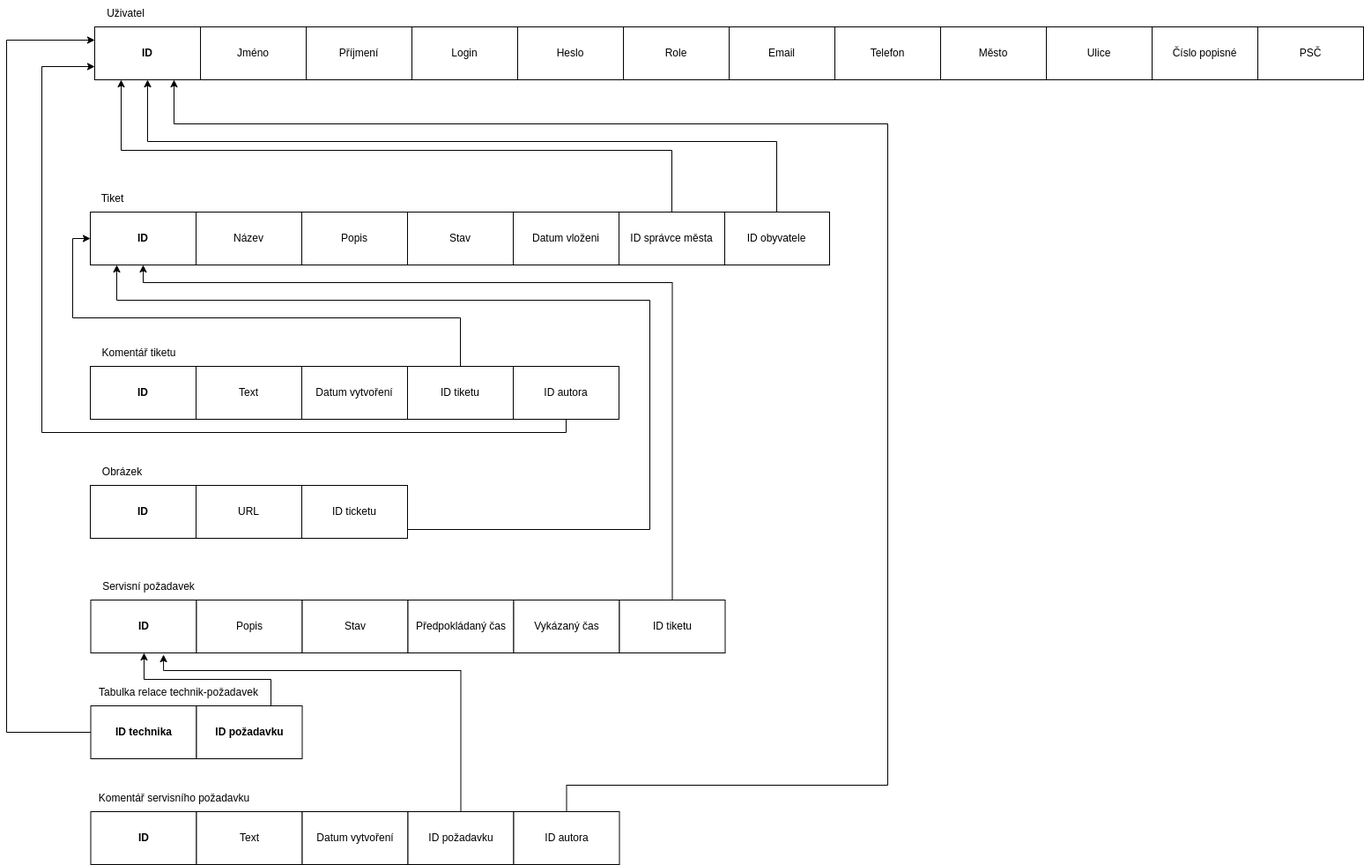
Before: db.png, a diagram exported from draw.io (tkachyna/information-system-fitvut-iis). Source tidied: cells renumbered, new cells last; positions are measured from the earlier drawing's top-left corner, leaving out a move shared by most shapes. Its diagram source:
```xml
<mxGraphModel>
  <root>
    <mxCell id="0" />
    <mxCell id="1" parent="0" />
    <mxCell id="2" value="Login" style="rounded=0;whiteSpace=wrap;html=1;" parent="1" vertex="1">
      <mxGeometry x="460" y="30" width="120" height="60" as="geometry" />
    </mxCell>
    <mxCell id="3" value="Heslo" style="rounded=0;whiteSpace=wrap;html=1;" parent="1" vertex="1">
      <mxGeometry x="580" y="30" width="120" height="60" as="geometry" />
    </mxCell>
    <mxCell id="4" value="Email" style="rounded=0;whiteSpace=wrap;html=1;" parent="1" vertex="1">
      <mxGeometry x="820" y="30" width="120" height="60" as="geometry" />
    </mxCell>
    <mxCell id="5" value="Telefon" style="rounded=0;whiteSpace=wrap;html=1;" parent="1" vertex="1">
      <mxGeometry x="940" y="30" width="120" height="60" as="geometry" />
    </mxCell>
    <mxCell id="6" value="Město" style="rounded=0;whiteSpace=wrap;html=1;" parent="1" vertex="1">
      <mxGeometry x="1060" y="30" width="120" height="60" as="geometry" />
    </mxCell>
    <mxCell id="7" value="Ulice" style="rounded=0;whiteSpace=wrap;html=1;" parent="1" vertex="1">
      <mxGeometry x="1180" y="30" width="120" height="60" as="geometry" />
    </mxCell>
    <mxCell id="8" value="Číslo popisné" style="rounded=0;whiteSpace=wrap;html=1;" parent="1" vertex="1">
      <mxGeometry x="1300" y="30" width="120" height="60" as="geometry" />
    </mxCell>
    <mxCell id="9" value="Příjmení" style="rounded=0;whiteSpace=wrap;html=1;" parent="1" vertex="1">
      <mxGeometry x="340" y="30" width="120" height="60" as="geometry" />
    </mxCell>
    <mxCell id="10" value="Jméno" style="rounded=0;whiteSpace=wrap;html=1;" parent="1" vertex="1">
      <mxGeometry x="220" y="30" width="120" height="60" as="geometry" />
    </mxCell>
    <mxCell id="11" value="PSČ" style="rounded=0;whiteSpace=wrap;html=1;" parent="1" vertex="1">
      <mxGeometry x="1420" y="30" width="120" height="60" as="geometry" />
    </mxCell>
    <mxCell id="12" value="Role" style="rounded=0;whiteSpace=wrap;html=1;" parent="1" vertex="1">
      <mxGeometry x="700" y="30" width="120" height="60" as="geometry" />
    </mxCell>
    <mxCell id="13" value="ID" style="rounded=0;whiteSpace=wrap;html=1;fontStyle=1;" parent="1" vertex="1">
      <mxGeometry x="100" y="30" width="120" height="60" as="geometry" />
    </mxCell>
    <mxCell id="14" value="Uživatel" style="text;html=1;align=center;verticalAlign=middle;strokeColor=none;fillColor=none;" parent="1" vertex="1">
      <mxGeometry x="100" width="70" height="30" as="geometry" />
    </mxCell>
    <mxCell id="15" value="Tiket" style="text;html=1;align=center;verticalAlign=middle;strokeColor=none;fillColor=none;" parent="1" vertex="1">
      <mxGeometry x="95" y="210" width="50" height="30" as="geometry" />
    </mxCell>
    <mxCell id="16" value="ID" style="rounded=0;whiteSpace=wrap;html=1;fontStyle=1;" parent="1" vertex="1">
      <mxGeometry x="95" y="240" width="120" height="60" as="geometry" />
    </mxCell>
    <mxCell id="17" value="Název" style="rounded=0;whiteSpace=wrap;html=1;" parent="1" vertex="1">
      <mxGeometry x="215" y="240" width="120" height="60" as="geometry" />
    </mxCell>
    <mxCell id="18" value="Popis" style="rounded=0;whiteSpace=wrap;html=1;" parent="1" vertex="1">
      <mxGeometry x="335" y="240" width="120" height="60" as="geometry" />
    </mxCell>
    <mxCell id="19" value="Datum vloženi" style="rounded=0;whiteSpace=wrap;html=1;" parent="1" vertex="1">
      <mxGeometry x="575" y="240" width="120" height="60" as="geometry" />
    </mxCell>
    <mxCell id="20" style="edgeStyle=orthogonalEdgeStyle;rounded=0;jettySize=auto;html=1;exitX=0.5;exitY=0;exitDx=0;exitDy=0;entryX=0.5;entryY=1;entryDx=0;entryDy=0;" parent="1" edge="1" source="21" target="13">
      <mxGeometry relative="1" as="geometry">
        <Array as="points">
          <mxPoint x="874" y="160" />
          <mxPoint x="160" y="160" />
        </Array>
      </mxGeometry>
    </mxCell>
    <mxCell id="21" value="ID obyvatele" style="rounded=0;whiteSpace=wrap;html=1;" parent="1" vertex="1">
      <mxGeometry x="814" y="240" width="120" height="60" as="geometry" />
    </mxCell>
    <mxCell id="22" style="edgeStyle=orthogonalEdgeStyle;rounded=0;jettySize=auto;html=1;" parent="1" edge="1" source="23">
      <mxGeometry relative="1" as="geometry">
        <mxPoint x="130" y="90" as="targetPoint" />
        <Array as="points">
          <mxPoint x="755" y="170" />
          <mxPoint x="130" y="170" />
          <mxPoint x="130" y="90" />
        </Array>
      </mxGeometry>
    </mxCell>
    <mxCell id="23" value="ID správce města" style="rounded=0;whiteSpace=wrap;html=1;" parent="1" vertex="1">
      <mxGeometry x="695" y="240" width="120" height="60" as="geometry" />
    </mxCell>
    <mxCell id="24" value="ID" style="rounded=0;whiteSpace=wrap;html=1;fontStyle=1;" parent="1" vertex="1">
      <mxGeometry x="95.5" y="680" width="120" height="60" as="geometry" />
    </mxCell>
    <mxCell id="25" value="Popis" style="rounded=0;whiteSpace=wrap;html=1;" parent="1" vertex="1">
      <mxGeometry x="215.5" y="680" width="120" height="60" as="geometry" />
    </mxCell>
    <mxCell id="26" value="Stav" style="rounded=0;whiteSpace=wrap;html=1;" parent="1" vertex="1">
      <mxGeometry x="335.5" y="680" width="120" height="60" as="geometry" />
    </mxCell>
    <mxCell id="27" value="Předpokládaný čas" style="rounded=0;whiteSpace=wrap;html=1;" parent="1" vertex="1">
      <mxGeometry x="455.5" y="680" width="120" height="60" as="geometry" />
    </mxCell>
    <mxCell id="28" value="Vykázaný čas" style="rounded=0;whiteSpace=wrap;html=1;" parent="1" vertex="1">
      <mxGeometry x="575.5" y="680" width="120" height="60" as="geometry" />
    </mxCell>
    <mxCell id="29" style="edgeStyle=orthogonalEdgeStyle;rounded=0;jettySize=auto;html=1;" parent="1" edge="1" source="30" target="16">
      <mxGeometry relative="1" as="geometry">
        <Array as="points">
          <mxPoint x="755" y="320" />
          <mxPoint x="155" y="320" />
        </Array>
      </mxGeometry>
    </mxCell>
    <mxCell id="30" value="ID tiketu" style="rounded=0;whiteSpace=wrap;html=1;" parent="1" vertex="1">
      <mxGeometry x="695.5" y="680" width="120" height="60" as="geometry" />
    </mxCell>
    <mxCell id="31" value="Stav" style="rounded=0;whiteSpace=wrap;html=1;" parent="1" vertex="1">
      <mxGeometry x="455" y="240" width="120" height="60" as="geometry" />
    </mxCell>
    <mxCell id="32" value="Servisní požadavek" style="text;html=1;align=center;verticalAlign=middle;strokeColor=none;fillColor=none;" parent="1" vertex="1">
      <mxGeometry x="95.5" y="650" width="130" height="30" as="geometry" />
    </mxCell>
    <mxCell id="33" value="Tabulka relace technik-požadavek" style="text;html=1;align=center;verticalAlign=middle;strokeColor=none;fillColor=none;" parent="1" vertex="1">
      <mxGeometry x="95" y="770" width="200" height="30" as="geometry" />
    </mxCell>
    <mxCell id="34" style="edgeStyle=orthogonalEdgeStyle;rounded=0;jettySize=auto;html=1;exitX=0;exitY=0.5;exitDx=0;exitDy=0;entryX=0;entryY=0.25;entryDx=0;entryDy=0;" parent="1" edge="1" source="35" target="13">
      <mxGeometry relative="1" as="geometry">
        <Array as="points">
          <mxPoint y="830" />
          <mxPoint y="45" />
        </Array>
      </mxGeometry>
    </mxCell>
    <mxCell id="35" value="ID technika" style="rounded=0;whiteSpace=wrap;html=1;fontStyle=1;" parent="1" vertex="1">
      <mxGeometry x="95.5" y="800" width="120" height="60" as="geometry" />
    </mxCell>
    <mxCell id="36" style="edgeStyle=orthogonalEdgeStyle;rounded=0;jettySize=auto;html=1;" parent="1" edge="1" source="37" target="24">
      <mxGeometry relative="1" as="geometry">
        <Array as="points">
          <mxPoint x="300" y="770" />
          <mxPoint x="156" y="770" />
        </Array>
      </mxGeometry>
    </mxCell>
    <mxCell id="37" value="ID požadavku" style="rounded=0;whiteSpace=wrap;html=1;fontStyle=1;" parent="1" vertex="1">
      <mxGeometry x="215.5" y="800" width="120" height="60" as="geometry" />
    </mxCell>
    <mxCell id="38" value="Komentář tiketu" style="text;html=1;align=center;verticalAlign=middle;strokeColor=none;fillColor=none;" parent="1" vertex="1">
      <mxGeometry x="95" y="385" width="110" height="30" as="geometry" />
    </mxCell>
    <mxCell id="39" value="ID" style="rounded=0;whiteSpace=wrap;html=1;fontStyle=1;" parent="1" vertex="1">
      <mxGeometry x="95" y="415" width="120" height="60" as="geometry" />
    </mxCell>
    <mxCell id="40" value="Text" style="rounded=0;whiteSpace=wrap;html=1;" parent="1" vertex="1">
      <mxGeometry x="215" y="415" width="120" height="60" as="geometry" />
    </mxCell>
    <mxCell id="41" value="Datum vytvoření" style="rounded=0;whiteSpace=wrap;html=1;" parent="1" vertex="1">
      <mxGeometry x="335" y="415" width="120" height="60" as="geometry" />
    </mxCell>
    <mxCell id="42" style="edgeStyle=orthogonalEdgeStyle;rounded=0;jettySize=auto;html=1;entryX=0;entryY=0.5;entryDx=0;entryDy=0;" parent="1" edge="1" source="43" target="16">
      <mxGeometry relative="1" as="geometry">
        <Array as="points">
          <mxPoint x="515" y="360" />
          <mxPoint x="75" y="360" />
          <mxPoint x="75" y="270" />
        </Array>
      </mxGeometry>
    </mxCell>
    <mxCell id="43" value="ID tiketu" style="rounded=0;whiteSpace=wrap;html=1;" parent="1" vertex="1">
      <mxGeometry x="455" y="415" width="120" height="60" as="geometry" />
    </mxCell>
    <mxCell id="44" style="edgeStyle=orthogonalEdgeStyle;rounded=0;jettySize=auto;html=1;entryX=0;entryY=0.75;entryDx=0;entryDy=0;" parent="1" edge="1" source="45" target="13">
      <mxGeometry relative="1" as="geometry">
        <Array as="points">
          <mxPoint x="635" y="490" />
          <mxPoint x="40" y="490" />
          <mxPoint x="40" y="75" />
        </Array>
      </mxGeometry>
    </mxCell>
    <mxCell id="45" value="ID autora" style="rounded=0;whiteSpace=wrap;html=1;" parent="1" vertex="1">
      <mxGeometry x="575" y="415" width="120" height="60" as="geometry" />
    </mxCell>
    <mxCell id="46" value="Komentář servisního požadavku" style="text;html=1;align=center;verticalAlign=middle;strokeColor=none;fillColor=none;" parent="1" vertex="1">
      <mxGeometry x="95" y="890" width="190" height="30" as="geometry" />
    </mxCell>
    <mxCell id="47" value="ID" style="rounded=0;whiteSpace=wrap;html=1;fontStyle=1;" parent="1" vertex="1">
      <mxGeometry x="95.5" y="920" width="120" height="60" as="geometry" />
    </mxCell>
    <mxCell id="48" value="Text" style="rounded=0;whiteSpace=wrap;html=1;" parent="1" vertex="1">
      <mxGeometry x="215.5" y="920" width="120" height="60" as="geometry" />
    </mxCell>
    <mxCell id="49" value="Datum vytvoření" style="rounded=0;whiteSpace=wrap;html=1;" parent="1" vertex="1">
      <mxGeometry x="335.5" y="920" width="120" height="60" as="geometry" />
    </mxCell>
    <mxCell id="50" style="edgeStyle=orthogonalEdgeStyle;rounded=0;jettySize=auto;html=1;entryX=0.688;entryY=1.033;entryDx=0;entryDy=0;entryPerimeter=0;" parent="1" edge="1" source="51" target="24">
      <mxGeometry relative="1" as="geometry">
        <Array as="points">
          <mxPoint x="516" y="760" />
          <mxPoint x="178" y="760" />
        </Array>
      </mxGeometry>
    </mxCell>
    <mxCell id="51" value="ID požadavku" style="rounded=0;whiteSpace=wrap;html=1;" parent="1" vertex="1">
      <mxGeometry x="455.5" y="920" width="120" height="60" as="geometry" />
    </mxCell>
    <mxCell id="52" style="edgeStyle=orthogonalEdgeStyle;rounded=0;jettySize=auto;html=1;entryX=0.75;entryY=1;entryDx=0;entryDy=0;" parent="1" edge="1" source="53" target="13">
      <mxGeometry relative="1" as="geometry">
        <Array as="points">
          <mxPoint x="636" y="890" />
          <mxPoint x="1000" y="890" />
          <mxPoint x="1000" y="140" />
          <mxPoint x="190" y="140" />
        </Array>
      </mxGeometry>
    </mxCell>
    <mxCell id="53" value="ID autora" style="rounded=0;whiteSpace=wrap;html=1;" parent="1" vertex="1">
      <mxGeometry x="575.5" y="920" width="120" height="60" as="geometry" />
    </mxCell>
    <mxCell id="54" value="Obrázek" style="text;html=1;align=center;verticalAlign=middle;strokeColor=none;fillColor=none;" parent="1" vertex="1">
      <mxGeometry x="95.5" y="520" width="70" height="30" as="geometry" />
    </mxCell>
    <mxCell id="55" value="ID" style="rounded=0;whiteSpace=wrap;html=1;fontStyle=1;" parent="1" vertex="1">
      <mxGeometry x="95" y="550" width="120" height="60" as="geometry" />
    </mxCell>
    <mxCell id="56" value="URL" style="rounded=0;whiteSpace=wrap;html=1;" parent="1" vertex="1">
      <mxGeometry x="215" y="550" width="120" height="60" as="geometry" />
    </mxCell>
    <mxCell id="57" style="edgeStyle=orthogonalEdgeStyle;rounded=0;jettySize=auto;html=1;entryX=0.25;entryY=1;entryDx=0;entryDy=0;" parent="1" edge="1" source="58" target="16">
      <mxGeometry relative="1" as="geometry">
        <Array as="points">
          <mxPoint x="730" y="600" />
          <mxPoint x="730" y="340" />
          <mxPoint x="125" y="340" />
        </Array>
      </mxGeometry>
    </mxCell>
    <mxCell id="58" value="ID ticketu" style="rounded=0;whiteSpace=wrap;html=1;" parent="1" vertex="1">
      <mxGeometry x="335" y="550" width="120" height="60" as="geometry" />
    </mxCell>
  </root>
</mxGraphModel>
```
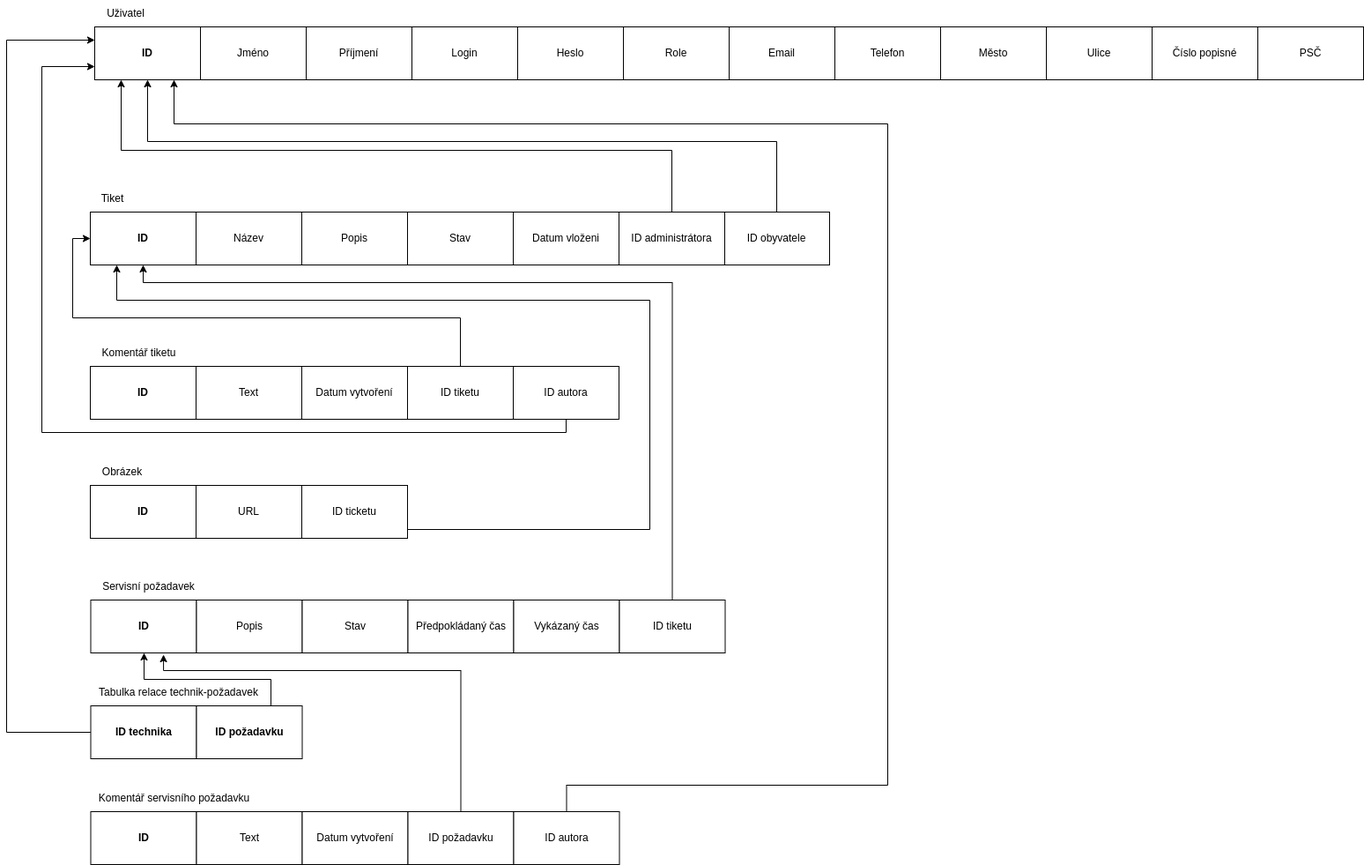
Later version of the same file.

The edit, as a diff of the source:
```diff
@@ -77,7 +77,7 @@
         </Array>
       </mxGeometry>
     </mxCell>
-    <mxCell id="23" value="ID správce města" style="rounded=0;whiteSpace=wrap;html=1;" parent="1" vertex="1">
+    <mxCell id="23" value="ID administrátora" style="rounded=0;whiteSpace=wrap;html=1;" parent="1" vertex="1">
       <mxGeometry x="695" y="240" width="120" height="60" as="geometry" />
     </mxCell>
     <mxCell id="24" value="ID" style="rounded=0;whiteSpace=wrap;html=1;fontStyle=1;" parent="1" vertex="1">
```
